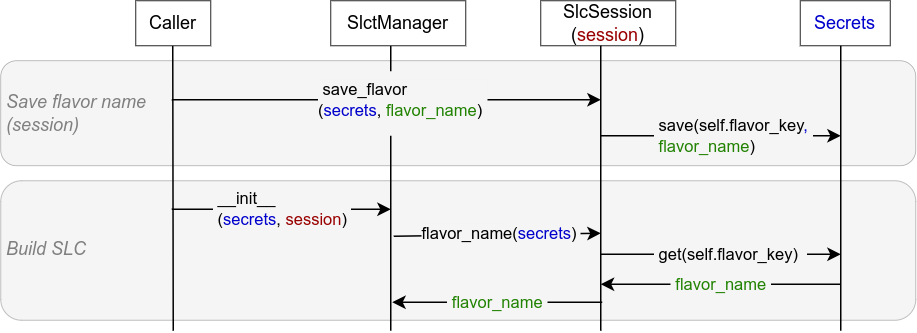
The draw.io diagram doc/user_guide/slct-manager-parameters.drawio.png in exasol/notebook-connector, before a commit. Source tidied: cells renumbered, new cells last; positions are measured from the earlier drawing's top-left corner, leaving out a move shared by most shapes.
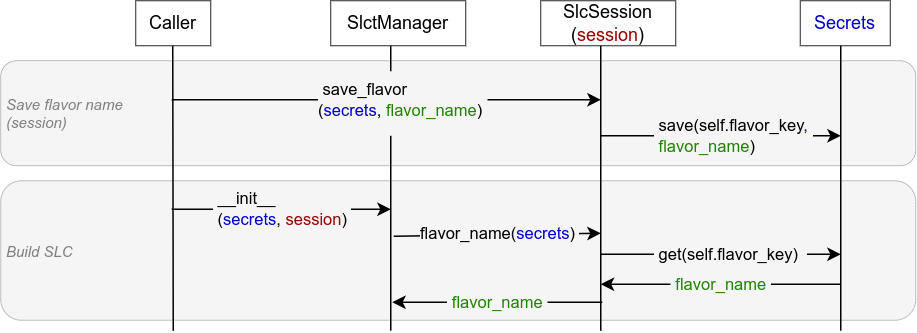
After the change.

Commit message:
smaller font

What changed in the source:
```diff
@@ -2,10 +2,10 @@
   <root>
     <mxCell id="0" />
     <mxCell id="1" parent="0" />
-    <mxCell id="2" value="Build SLC" style="rounded=1;whiteSpace=wrap;html=1;fillColor=#F5F5F5;fontColor=#808080;strokeColor=#AAAAAA;strokeWidth=0.5;align=left;verticalAlign=middle;spacingLeft=2;fontFamily=Helvetica;fontSize=12;fontStyle=2;" parent="1" vertex="1">
+    <mxCell id="2" value="Build SLC" style="rounded=1;whiteSpace=wrap;html=1;fillColor=#F5F5F5;fontColor=#808080;strokeColor=#AAAAAA;strokeWidth=0.5;align=left;verticalAlign=middle;spacingLeft=2;fontFamily=Helvetica;fontSize=10;fontStyle=2;" parent="1" vertex="1">
       <mxGeometry y="120" width="610" height="93" as="geometry" />
     </mxCell>
-    <mxCell id="3" value="Save flavor name&lt;br&gt;(session)" style="rounded=1;whiteSpace=wrap;html=1;fillColor=#F5F5F5;fontColor=#808080;strokeColor=#AAAAAA;strokeWidth=0.5;align=left;spacingLeft=2;fontStyle=2;" parent="1" vertex="1">
+    <mxCell id="3" value="Save flavor name&lt;br&gt;(session)" style="rounded=1;whiteSpace=wrap;html=1;fillColor=#F5F5F5;fontColor=#808080;strokeColor=#AAAAAA;strokeWidth=0.5;align=left;spacingLeft=2;fontStyle=2;fontSize=10;" parent="1" vertex="1">
       <mxGeometry y="40" width="610" height="70" as="geometry" />
     </mxCell>
     <mxCell id="4" style="endArrow=none;html=1;rounded=0;" parent="1" edge="1">
```
